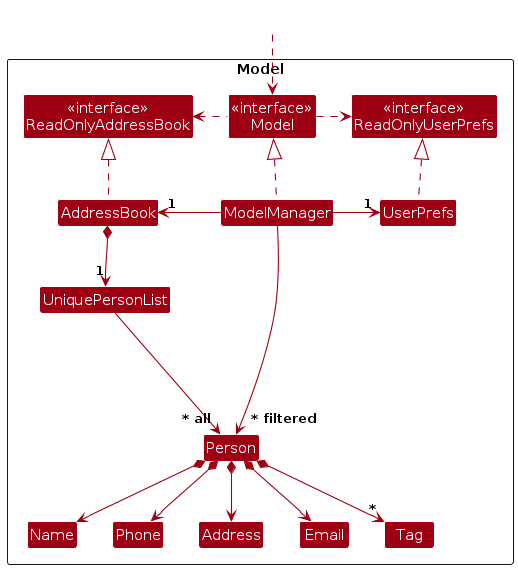
This is diagrams/ModelClassDiagram.png from AY2627S1-CS2103T-W12-3/tp, a PlantUML export, as it was before one commit. Its source is kept beside it as diagrams/ModelClassDiagram.puml.
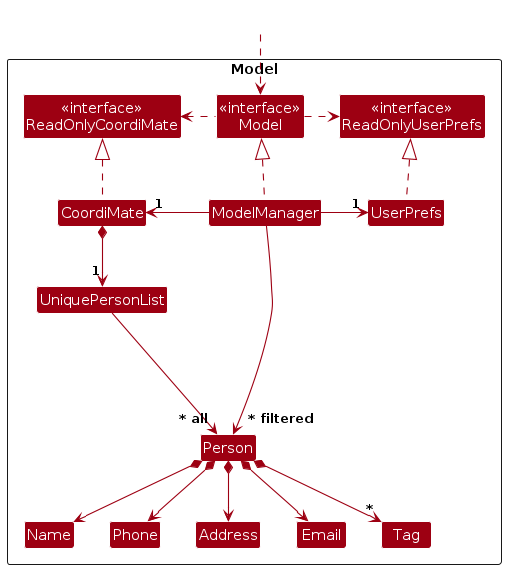
The same file after the commit.

The edit, as a diff of the source:
```diff
@@ -5,10 +5,10 @@
 skinparam classBackgroundColor MODEL_COLOR
 
 Package Model as ModelPackage <<Rectangle>>{
-Class "<<interface>>\nReadOnlyAddressBook" as ReadOnlyAddressBook
+Class "<<interface>>\nReadOnlyCoordiMate" as ReadOnlyCoordiMate
 Class "<<interface>>\nReadOnlyUserPrefs" as ReadOnlyUserPrefs
 Class "<<interface>>\nModel" as Model
-Class AddressBook
+Class CoordiMate
 Class ModelManager
 Class UserPrefs
 
@@ -26,16 +26,16 @@
 Class HiddenOutside #FFFFFF
 HiddenOutside ..> Model
 
-AddressBook .up.|> ReadOnlyAddressBook
+CoordiMate .up.|> ReadOnlyCoordiMate
 
 ModelManager .up.|> Model
 Model .right.> ReadOnlyUserPrefs
-Model .left.> ReadOnlyAddressBook
-ModelManager -left-> "1" AddressBook
+Model .left.> ReadOnlyCoordiMate
+ModelManager -left-> "1" CoordiMate
 ModelManager -right-> "1" UserPrefs
 UserPrefs .up.|> ReadOnlyUserPrefs
 
-AddressBook *--> "1" UniquePersonList
+CoordiMate *--> "1" UniquePersonList
 UniquePersonList --> "~* all" Person
 Person *--> Name
 Person *--> Phone
```
